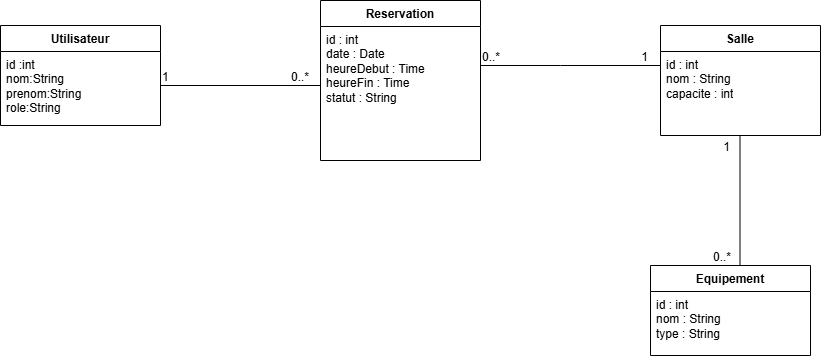
This is docs/class diagramme.png from yassine-zerrouki-cs/jee-room-management, a draw.io export, as it was before one commit. Source tidied: cells renumbered, new cells last; positions are measured from the earlier drawing's top-left corner, leaving out a move shared by most shapes. Its diagram source:
```xml
<mxGraphModel>
  <root>
    <mxCell id="0" />
    <mxCell id="1" parent="0" />
    <mxCell id="2" value="Equipement&lt;div&gt;&lt;br&gt;&lt;/div&gt;" style="swimlane;fontStyle=1;align=center;verticalAlign=top;horizontal=1;startSize=26;whiteSpace=wrap;html=1;" parent="1" vertex="1">
      <mxGeometry x="650" y="265" width="160" height="90" as="geometry" />
    </mxCell>
    <mxCell id="3" value="id : int&lt;br&gt;nom : String&lt;br&gt;type : String" style="text;strokeColor=none;fillColor=none;align=left;verticalAlign=top;spacingLeft=4;spacingRight=4;overflow=hidden;whiteSpace=wrap;html=1;" parent="2" vertex="1">
      <mxGeometry y="26" width="160" height="64" as="geometry" />
    </mxCell>
    <mxCell id="4" value="Salle" style="swimlane;fontStyle=1;align=center;verticalAlign=top;horizontal=1;startSize=26;whiteSpace=wrap;html=1;" parent="1" vertex="1">
      <mxGeometry x="660" y="25" width="160" height="110" as="geometry" />
    </mxCell>
    <mxCell id="5" value="id : int&lt;br&gt;nom : String&lt;br&gt;capacite : int" style="text;strokeColor=none;fillColor=none;align=left;verticalAlign=top;spacingLeft=4;spacingRight=4;overflow=hidden;whiteSpace=wrap;html=1;" parent="4" vertex="1">
      <mxGeometry y="26" width="160" height="84" as="geometry" />
    </mxCell>
    <mxCell id="6" value="Reservation" style="swimlane;fontStyle=1;align=center;verticalAlign=top;horizontal=1;startSize=26;whiteSpace=wrap;html=1;" parent="1" vertex="1">
      <mxGeometry x="320" width="160" height="160" as="geometry" />
    </mxCell>
    <mxCell id="7" value="id : int&lt;br&gt;date : Date&lt;br&gt;heureDebut : Time&lt;br&gt;heureFin : Time&lt;br&gt;statut : String" style="text;strokeColor=none;fillColor=none;align=left;verticalAlign=top;spacingLeft=4;spacingRight=4;overflow=hidden;whiteSpace=wrap;html=1;" parent="6" vertex="1">
      <mxGeometry y="26" width="160" height="134" as="geometry" />
    </mxCell>
    <mxCell id="8" value="Utilisateur" style="swimlane;fontStyle=1;align=center;verticalAlign=top;horizontal=1;startSize=26;whiteSpace=wrap;html=1;" parent="1" vertex="1">
      <mxGeometry y="25" width="160" height="100" as="geometry" />
    </mxCell>
    <mxCell id="9" value="id :int&lt;div&gt;nom:String&lt;/div&gt;&lt;div&gt;prenom:String&lt;/div&gt;&lt;div&gt;role:String&lt;/div&gt;&lt;div&gt;&lt;br&gt;&lt;/div&gt;" style="text;strokeColor=none;fillColor=none;align=left;verticalAlign=top;spacingLeft=4;spacingRight=4;overflow=hidden;whiteSpace=wrap;html=1;" parent="8" vertex="1">
      <mxGeometry y="26" width="160" height="74" as="geometry" />
    </mxCell>
    <mxCell id="10" style="endArrow=none;html=1;rounded=0;" parent="1" edge="1">
      <mxGeometry relative="1" as="geometry">
        <mxPoint x="160" y="85" as="sourcePoint" />
        <mxPoint x="320" y="85" as="targetPoint" />
        <Array as="points">
          <mxPoint x="160" y="85" />
        </Array>
      </mxGeometry>
    </mxCell>
    <mxCell id="11" value="1" style="html=1;whiteSpace=wrap;align=left;verticalAlign=bottom;" parent="10" vertex="1">
      <mxGeometry x="-1" relative="1" as="geometry" />
    </mxCell>
    <mxCell id="12" value="0..*" style="html=1;whiteSpace=wrap;align=right;verticalAlign=bottom;" parent="10" vertex="1">
      <mxGeometry x="1" relative="1" as="geometry">
        <mxPoint x="-10" as="offset" />
      </mxGeometry>
    </mxCell>
    <mxCell id="13" style="endArrow=none;html=1;rounded=0;" parent="1" edge="1">
      <mxGeometry relative="1" as="geometry">
        <mxPoint x="480" y="65" as="sourcePoint" />
        <mxPoint x="660" y="65" as="targetPoint" />
        <Array as="points">
          <mxPoint x="560" y="65" />
        </Array>
      </mxGeometry>
    </mxCell>
    <mxCell id="14" value="0..*" style="html=1;whiteSpace=wrap;align=left;verticalAlign=bottom;" parent="13" vertex="1">
      <mxGeometry x="-1" relative="1" as="geometry" />
    </mxCell>
    <mxCell id="15" value="1" style="html=1;whiteSpace=wrap;align=right;verticalAlign=bottom;" parent="13" vertex="1">
      <mxGeometry x="1" relative="1" as="geometry">
        <mxPoint x="-11" as="offset" />
      </mxGeometry>
    </mxCell>
    <mxCell id="16" style="endArrow=none;html=1;rounded=0;" parent="1" edge="1">
      <mxGeometry relative="1" as="geometry">
        <mxPoint x="739.5" y="265" as="sourcePoint" />
        <mxPoint x="739.5" y="135" as="targetPoint" />
      </mxGeometry>
    </mxCell>
    <mxCell id="17" value="0..*" style="html=1;whiteSpace=wrap;align=left;verticalAlign=bottom;" parent="16" vertex="1">
      <mxGeometry x="-1" relative="1" as="geometry">
        <mxPoint x="-29" as="offset" />
      </mxGeometry>
    </mxCell>
    <mxCell id="18" value="1" style="html=1;whiteSpace=wrap;align=right;verticalAlign=bottom;" parent="16" vertex="1">
      <mxGeometry x="1" relative="1" as="geometry">
        <mxPoint x="-9" y="20" as="offset" />
      </mxGeometry>
    </mxCell>
  </root>
</mxGraphModel>
```
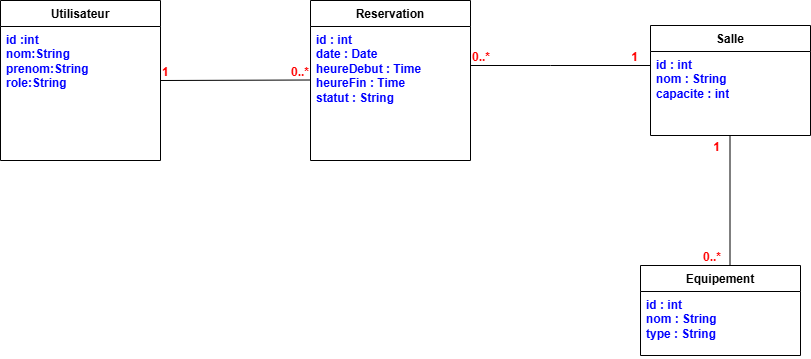
Above is the later version.

Change to the diagram source:
```diff
@@ -5,44 +5,27 @@
     <mxCell id="2" value="Equipement&lt;div&gt;&lt;br&gt;&lt;/div&gt;" style="swimlane;fontStyle=1;align=center;verticalAlign=top;horizontal=1;startSize=26;whiteSpace=wrap;html=1;" parent="1" vertex="1">
       <mxGeometry x="650" y="265" width="160" height="90" as="geometry" />
     </mxCell>
-    <mxCell id="3" value="id : int&lt;br&gt;nom : String&lt;br&gt;type : String" style="text;strokeColor=none;fillColor=none;align=left;verticalAlign=top;spacingLeft=4;spacingRight=4;overflow=hidden;whiteSpace=wrap;html=1;" parent="2" vertex="1">
+    <mxCell id="3" value="id : int&lt;br&gt;nom : String&lt;br&gt;type : String" style="text;strokeColor=none;fillColor=none;align=left;verticalAlign=top;spacingLeft=4;spacingRight=4;overflow=hidden;whiteSpace=wrap;html=1;fontColor=#0000FF;fontStyle=1;" parent="2" vertex="1">
       <mxGeometry y="26" width="160" height="64" as="geometry" />
     </mxCell>
     <mxCell id="4" value="Salle" style="swimlane;fontStyle=1;align=center;verticalAlign=top;horizontal=1;startSize=26;whiteSpace=wrap;html=1;" parent="1" vertex="1">
       <mxGeometry x="660" y="25" width="160" height="110" as="geometry" />
     </mxCell>
-    <mxCell id="5" value="id : int&lt;br&gt;nom : String&lt;br&gt;capacite : int" style="text;strokeColor=none;fillColor=none;align=left;verticalAlign=top;spacingLeft=4;spacingRight=4;overflow=hidden;whiteSpace=wrap;html=1;" parent="4" vertex="1">
+    <mxCell id="5" value="id : int&lt;br&gt;nom : String&lt;br&gt;capacite : int" style="text;strokeColor=none;fillColor=none;align=left;verticalAlign=top;spacingLeft=4;spacingRight=4;overflow=hidden;whiteSpace=wrap;html=1;fontColor=#0000FF;fontStyle=1;" parent="4" vertex="1">
       <mxGeometry y="26" width="160" height="84" as="geometry" />
     </mxCell>
     <mxCell id="6" value="Reservation" style="swimlane;fontStyle=1;align=center;verticalAlign=top;horizontal=1;startSize=26;whiteSpace=wrap;html=1;" parent="1" vertex="1">
       <mxGeometry x="320" width="160" height="160" as="geometry" />
     </mxCell>
-    <mxCell id="7" value="id : int&lt;br&gt;date : Date&lt;br&gt;heureDebut : Time&lt;br&gt;heureFin : Time&lt;br&gt;statut : String" style="text;strokeColor=none;fillColor=none;align=left;verticalAlign=top;spacingLeft=4;spacingRight=4;overflow=hidden;whiteSpace=wrap;html=1;" parent="6" vertex="1">
+    <mxCell id="7" value="id : int&lt;br&gt;date : Date&lt;br&gt;heureDebut : Time&lt;br&gt;heureFin : Time&lt;br&gt;statut : String" style="text;strokeColor=none;fillColor=none;align=left;verticalAlign=top;spacingLeft=4;spacingRight=4;overflow=hidden;whiteSpace=wrap;html=1;fontColor=#0000FF;fontStyle=1;" parent="6" vertex="1">
       <mxGeometry y="26" width="160" height="134" as="geometry" />
     </mxCell>
     <mxCell id="8" value="Utilisateur" style="swimlane;fontStyle=1;align=center;verticalAlign=top;horizontal=1;startSize=26;whiteSpace=wrap;html=1;" parent="1" vertex="1">
-      <mxGeometry y="25" width="160" height="100" as="geometry" />
+      <mxGeometry x="10" width="160" height="160" as="geometry" />
     </mxCell>
-    <mxCell id="9" value="id :int&lt;div&gt;nom:String&lt;/div&gt;&lt;div&gt;prenom:String&lt;/div&gt;&lt;div&gt;role:String&lt;/div&gt;&lt;div&gt;&lt;br&gt;&lt;/div&gt;" style="text;strokeColor=none;fillColor=none;align=left;verticalAlign=top;spacingLeft=4;spacingRight=4;overflow=hidden;whiteSpace=wrap;html=1;" parent="8" vertex="1">
-      <mxGeometry y="26" width="160" height="74" as="geometry" />
+    <mxCell id="9" value="id :int&lt;div&gt;nom:String&lt;/div&gt;&lt;div&gt;prenom:String&lt;/div&gt;&lt;div&gt;role:String&lt;/div&gt;&lt;div&gt;&lt;br&gt;&lt;/div&gt;" style="text;strokeColor=none;fillColor=none;align=left;verticalAlign=top;spacingLeft=4;spacingRight=4;overflow=hidden;whiteSpace=wrap;html=1;fontColor=#0000FF;fontStyle=1;" parent="8" vertex="1">
+      <mxGeometry y="26" width="160" height="134" as="geometry" />
     </mxCell>
-    <mxCell id="10" style="endArrow=none;html=1;rounded=0;" parent="1" edge="1">
-      <mxGeometry relative="1" as="geometry">
-        <mxPoint x="160" y="85" as="sourcePoint" />
-        <mxPoint x="320" y="85" as="targetPoint" />
-        <Array as="points">
-          <mxPoint x="160" y="85" />
-        </Array>
-      </mxGeometry>
-    </mxCell>
-    <mxCell id="11" value="1" style="html=1;whiteSpace=wrap;align=left;verticalAlign=bottom;" parent="10" vertex="1">
-      <mxGeometry x="-1" relative="1" as="geometry" />
-    </mxCell>
-    <mxCell id="12" value="0..*" style="html=1;whiteSpace=wrap;align=right;verticalAlign=bottom;" parent="10" vertex="1">
-      <mxGeometry x="1" relative="1" as="geometry">
-        <mxPoint x="-10" as="offset" />
-      </mxGeometry>
-    </mxCell>
     <mxCell id="13" style="endArrow=none;html=1;rounded=0;" parent="1" edge="1">
       <mxGeometry relative="1" as="geometry">
         <mxPoint x="480" y="65" as="sourcePoint" />
@@ -52,10 +35,10 @@
         </Array>
       </mxGeometry>
     </mxCell>
-    <mxCell id="14" value="0..*" style="html=1;whiteSpace=wrap;align=left;verticalAlign=bottom;" parent="13" vertex="1">
+    <mxCell id="14" value="0..*" style="html=1;whiteSpace=wrap;align=left;verticalAlign=bottom;fontColor=#FF0000;fontStyle=1;" parent="13" vertex="1">
       <mxGeometry x="-1" relative="1" as="geometry" />
     </mxCell>
-    <mxCell id="15" value="1" style="html=1;whiteSpace=wrap;align=right;verticalAlign=bottom;" parent="13" vertex="1">
+    <mxCell id="15" value="1" style="html=1;whiteSpace=wrap;align=right;verticalAlign=bottom;fontColor=#FF0000;fontStyle=1;" parent="13" vertex="1">
       <mxGeometry x="1" relative="1" as="geometry">
         <mxPoint x="-11" as="offset" />
       </mxGeometry>
@@ -66,15 +49,29 @@
         <mxPoint x="739.5" y="135" as="targetPoint" />
       </mxGeometry>
     </mxCell>
-    <mxCell id="17" value="0..*" style="html=1;whiteSpace=wrap;align=left;verticalAlign=bottom;" parent="16" vertex="1">
+    <mxCell id="17" value="0..*" style="html=1;whiteSpace=wrap;align=left;verticalAlign=bottom;fontColor=#FF0000;fontStyle=1;" parent="16" vertex="1">
       <mxGeometry x="-1" relative="1" as="geometry">
         <mxPoint x="-29" as="offset" />
       </mxGeometry>
     </mxCell>
-    <mxCell id="18" value="1" style="html=1;whiteSpace=wrap;align=right;verticalAlign=bottom;" parent="16" vertex="1">
+    <mxCell id="18" value="1" style="html=1;whiteSpace=wrap;align=right;verticalAlign=bottom;fontColor=#FF0000;fontStyle=1;" parent="16" vertex="1">
       <mxGeometry x="1" relative="1" as="geometry">
         <mxPoint x="-9" y="20" as="offset" />
       </mxGeometry>
     </mxCell>
+    <mxCell id="19" style="endArrow=none;html=1;rounded=0;" parent="1" edge="1">
+      <mxGeometry relative="1" as="geometry">
+        <mxPoint x="170" y="80" as="sourcePoint" />
+        <mxPoint x="320" y="79.5" as="targetPoint" />
+      </mxGeometry>
+    </mxCell>
+    <mxCell id="11" value="1&lt;div&gt;&lt;br&gt;&lt;/div&gt;" style="html=1;whiteSpace=wrap;align=left;verticalAlign=bottom;fontColor=#FF0000;fontStyle=1;" parent="19" vertex="1">
+      <mxGeometry x="-1" relative="1" as="geometry">
+        <mxPoint y="15" as="offset" />
+      </mxGeometry>
+    </mxCell>
+    <mxCell id="12" value="0..*" style="html=1;whiteSpace=wrap;align=right;verticalAlign=bottom;fontColor=#FF0000;fontStyle=1;" parent="19" vertex="1">
+      <mxGeometry x="1" relative="1" as="geometry" />
+    </mxCell>
   </root>
 </mxGraphModel>
```
